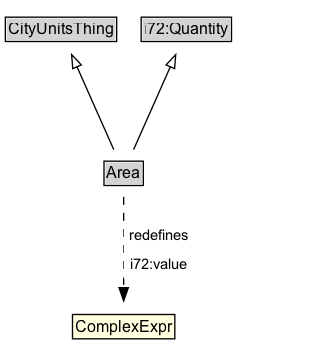
Before: docs/diagrams/Area.dot.png, a diagram exported from Graphviz (ISO-TC204/ontology-cdm-p1-v1). Its source is kept beside it as docs/diagrams/Area.dot. Source of this version:
```dot
digraph {
	graph [overlap=false rankdir=TB splines=true]
	node [fontname=Arial fontsize=12 margin=0 shape=none]
	edge [fontname=Arial fontsize=11]
	{
		rank=source
		CityUnitsThing [label=<<TABLE BORDER="1" CELLBORDER="0" CELLSPACING="0" CELLPADDING="1"><TR><TD BGCOLOR="lightgray" ALIGN="CENTER">CityUnitsThing</TD></TR></TABLE>> URL="../CityUnitsThing" margin=0]
		i72_Quantity [label=<<TABLE BORDER="1" CELLBORDER="0" CELLSPACING="0" CELLPADDING="1"><TR><TD BGCOLOR="lightgray" ALIGN="CENTER">i72:Quantity</TD></TR></TABLE>> URL="https://w3id.org/citydata/21972/v1/Quantity" margin=0]
	}
	Area [label=<<TABLE BORDER="1" CELLBORDER="0" CELLSPACING="0" CELLPADDING="1"><TR><TD BGCOLOR="lightgray" ALIGN="CENTER">Area</TD></TR></TABLE>> URL="../Area" margin=0]
	{
		rank=max
	}
	subgraph cluster_associated {
		label="" style=invis
		Invis [label=<<TABLE BORDER="0" CELLBORDER="0" CELLSPACING="0" CELLPADDING="1"><TR><TD></TD></TR></TABLE>> margin=0 style=invis]
	}
	Area -> CityUnitsThing [arrowhead=onormal style=solid]
	Area -> i72_Quantity [arrowhead=onormal style=solid]
	na010c749982e452794368b522251db07b6 [label=<<TABLE BORDER="1" CELLBORDER="0" CELLSPACING="0" CELLPADDING="1" BGCOLOR="lightyellow"><TR><TD ALIGN="CENTER">ComplexExpr</TD></TR></TABLE>> margin=0]
	Area -> na010c749982e452794368b522251db07b6 [label=<<TABLE BORDER="0" CELLBORDER="0" CELLSPACING="0" CELLPADDING="4" BGCOLOR="white"><TR><TD ALIGN="CENTER">redefines</TD></TR><TR><TD ALIGN="CENTER">i72:value</TD></TR></TABLE>> arrowhead=normal style=dashed]
}
```
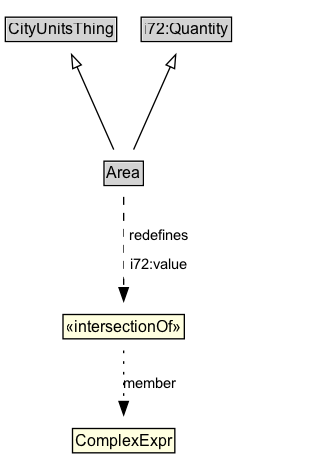
Later version of the same file.

Change to the diagram source:
```diff
@@ -17,6 +17,8 @@
 	}
 	Area -> CityUnitsThing [arrowhead=onormal style=solid]
 	Area -> i72_Quantity [arrowhead=onormal style=solid]
-	na010c749982e452794368b522251db07b6 [label=<<TABLE BORDER="1" CELLBORDER="0" CELLSPACING="0" CELLPADDING="1" BGCOLOR="lightyellow"><TR><TD ALIGN="CENTER">ComplexExpr</TD></TR></TABLE>> margin=0]
-	Area -> na010c749982e452794368b522251db07b6 [label=<<TABLE BORDER="0" CELLBORDER="0" CELLSPACING="0" CELLPADDING="4" BGCOLOR="white"><TR><TD ALIGN="CENTER">redefines</TD></TR><TR><TD ALIGN="CENTER">i72:value</TD></TR></TABLE>> arrowhead=normal style=dashed]
+	n644d2ea6622c412bb8909c6637c88453b10 [label=<<TABLE BORDER="1" CELLBORDER="0" CELLSPACING="0" CELLPADDING="1" BGCOLOR="lightyellow"><TR><TD ALIGN="CENTER">«intersectionOf»</TD></TR></TABLE>> margin=0]
+	n644d2ea6622c412bb8909c6637c88453b11 [label=<<TABLE BORDER="1" CELLBORDER="0" CELLSPACING="0" CELLPADDING="1" BGCOLOR="lightyellow"><TR><TD ALIGN="CENTER">ComplexExpr</TD></TR></TABLE>> margin=0]
+	n644d2ea6622c412bb8909c6637c88453b10 -> n644d2ea6622c412bb8909c6637c88453b11 [label=member arrowhead=normal style=dotted]
+	Area -> n644d2ea6622c412bb8909c6637c88453b10 [label=<<TABLE BORDER="0" CELLBORDER="0" CELLSPACING="0" CELLPADDING="4" BGCOLOR="white"><TR><TD ALIGN="CENTER">redefines</TD></TR><TR><TD ALIGN="CENTER">i72:value</TD></TR></TABLE>> arrowhead=normal style=dashed]
 }
```
